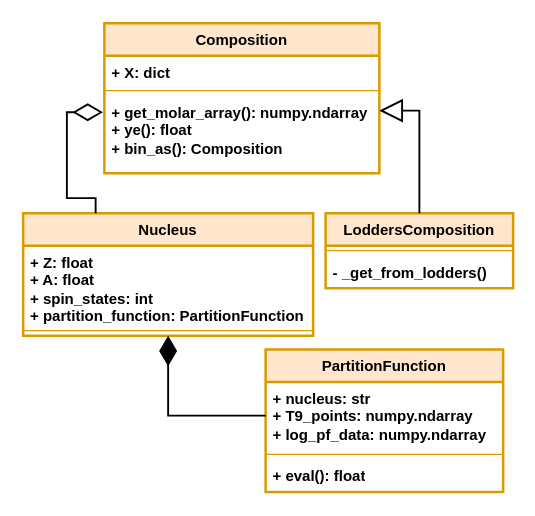
Above: uml-diagrams/nuclear_data.drawio in pynucastro/pynucastro3.0-paper-notebooks (draw.io), before the change. Source tidied: cells renumbered, new cells numbered last; positions are measured from the earlier drawing's top-left corner, leaving out a move shared by most shapes. Both pictures are drawn from the tidied source at 125%, with x=0, y=0 at pixel (22, 22).
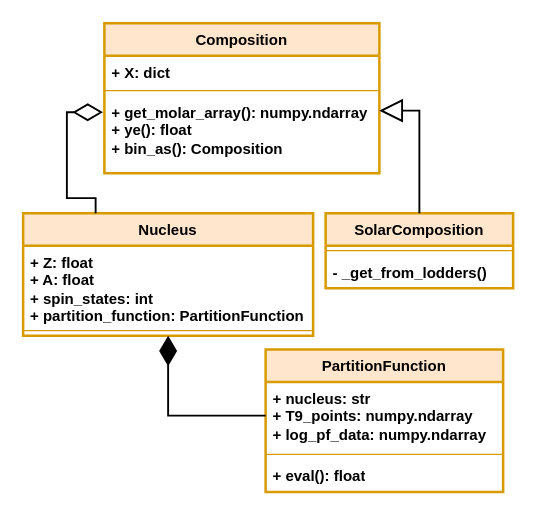
After the change.

The edit, as a diff of the source:
```diff
@@
-    <mxCell id="9" value="LoddersComposition" style="swimlane;fontStyle=1;align=center;verticalAlign=top;horizontal=1;startSize=26;whiteSpace=wrap;html=1;rounded=0;strokeColor=#d79b00;strokeWidth=2;swimlaneFillColor=none;fontFamily=Helvetica;fontSize=12;fontColor=default;fillColor=#ffe6cc;" parent="1" vertex="1">
+    <mxCell id="9" value="SolarComposition" style="swimlane;fontStyle=1;align=center;verticalAlign=top;horizontal=1;startSize=26;whiteSpace=wrap;html=1;rounded=0;strokeColor=#d79b00;strokeWidth=2;swimlaneFillColor=none;fontFamily=Helvetica;fontSize=12;fontColor=default;fillColor=#ffe6cc;" parent="1" vertex="1">
       <mxGeometry x="242" y="152" width="150" height="60" as="geometry" />
     </mxCell>
```
